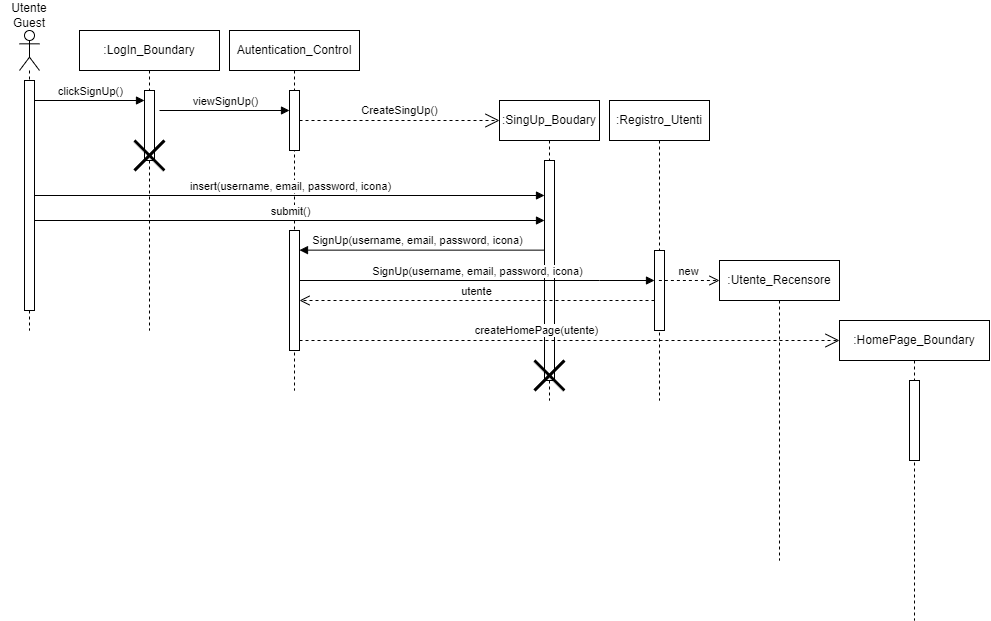
Earlier version of the draw.io export New Diagrams/Sequence Diagrams/UC07 SignUp.png (superfra01/Rated). Source tidied: cells renumbered, new cells last; positions are measured from the earlier drawing's top-left corner, leaving out a move shared by most shapes.
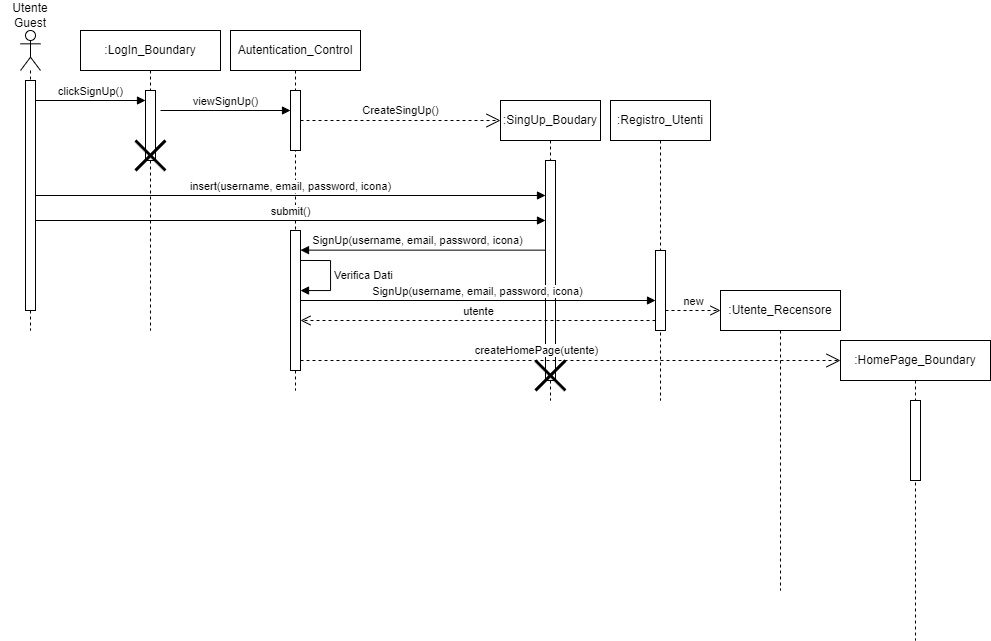
Later version of the same file.

What changed in the source:
```diff
@@ -27,7 +27,7 @@
       <mxGeometry x="60" y="60" width="10" height="60" as="geometry" />
     </mxCell>
     <mxCell id="10" style="html=1;points=[[0,0,0,0,5],[0,1,0,0,-5],[1,0,0,0,5],[1,1,0,0,-5]];perimeter=orthogonalPerimeter;outlineConnect=0;targetShapes=umlLifeline;portConstraint=eastwest;newEdgeStyle={&quot;curved&quot;:0,&quot;rounded&quot;:0};" parent="8" vertex="1">
-      <mxGeometry x="60" y="200" width="10" height="120" as="geometry" />
+      <mxGeometry x="60" y="200" width="10" height="140" as="geometry" />
     </mxCell>
     <mxCell id="11" value="viewSignUp()" style="html=1;verticalAlign=bottom;endArrow=block;curved=0;rounded=0;" parent="1" edge="1" target="9">
       <mxGeometry relative="1" as="geometry">
@@ -74,36 +74,33 @@
       <mxGeometry x="45" y="150" width="10" height="80" as="geometry" />
     </mxCell>
     <mxCell id="22" value="SignUp(username, email, password, icona)" style="html=1;verticalAlign=bottom;endArrow=block;curved=0;rounded=0;" parent="1" edge="1" source="10" target="21">
-      <mxGeometry relative="1" as="geometry">
-        <Array as="points">
-          <mxPoint x="600" y="280" />
-        </Array>
-      </mxGeometry>
+      <mxGeometry relative="1" as="geometry" />
     </mxCell>
     <mxCell id="23" value=":HomePage_Boundary" style="shape=umlLifeline;perimeter=lifelinePerimeter;whiteSpace=wrap;html=1;newEdgeStyle={&quot;curved&quot;:0,&quot;rounded&quot;:0};" parent="1" vertex="1">
-      <mxGeometry x="840" y="320" width="150" height="300" as="geometry" />
+      <mxGeometry x="840" y="340" width="150" height="300" as="geometry" />
     </mxCell>
     <mxCell id="24" style="html=1;perimeter=orthogonalPerimeter;targetShapes=umlLifeline;newEdgeStyle={&quot;curved&quot;:0,&quot;rounded&quot;:0};" parent="23" vertex="1">
       <mxGeometry x="70" y="60" width="10" height="80" as="geometry" />
     </mxCell>
     <mxCell id="25" value="utente" style="html=1;verticalAlign=bottom;endArrow=open;dashed=1;endSize=8;curved=0;rounded=0;" parent="1" edge="1">
       <mxGeometry relative="1" as="geometry">
-        <mxPoint x="655" y="300" as="sourcePoint" />
-        <mxPoint x="300" y="300" as="targetPoint" />
+        <mxPoint x="655" y="320" as="sourcePoint" />
+        <mxPoint x="300" y="320" as="targetPoint" />
       </mxGeometry>
     </mxCell>
     <mxCell id="26" value=":Utente_Recensore" style="shape=umlLifeline;perimeter=lifelinePerimeter;whiteSpace=wrap;html=1;newEdgeStyle={&quot;curved&quot;:0,&quot;rounded&quot;:0};" parent="1" vertex="1">
-      <mxGeometry x="720" y="260" width="120" height="300" as="geometry" />
+      <mxGeometry x="720" y="290" width="120" height="300" as="geometry" />
     </mxCell>
-    <mxCell id="27" value="new" style="html=1;verticalAlign=bottom;endArrow=open;dashed=1;endSize=8;curved=0;rounded=0;" parent="1" edge="1" source="20">
+    <mxCell id="27" value="new" style="html=1;verticalAlign=bottom;endArrow=open;dashed=1;endSize=8;curved=0;rounded=0;" parent="1" edge="1">
       <mxGeometry relative="1" as="geometry">
-        <mxPoint x="720" y="280" as="targetPoint" />
+        <mxPoint x="665" y="310" as="sourcePoint" />
+        <mxPoint x="720" y="310" as="targetPoint" />
       </mxGeometry>
     </mxCell>
     <mxCell id="28" value="createHomePage(utente)" style="endArrow=open;endSize=12;dashed=1;html=1;rounded=0;" parent="1" edge="1">
       <mxGeometry x="-0.12" y="10" relative="1" as="geometry">
-        <mxPoint x="300" y="340" as="sourcePoint" />
-        <mxPoint x="840" y="340" as="targetPoint" />
+        <mxPoint x="300" y="360" as="sourcePoint" />
+        <mxPoint x="840" y="360" as="targetPoint" />
       </mxGeometry>
     </mxCell>
     <mxCell id="29" value="CreateSingUp()" style="endArrow=open;endSize=12;dashed=1;html=1;rounded=0;" parent="1" edge="1">
@@ -112,5 +109,14 @@
         <mxPoint x="500" y="120" as="targetPoint" />
       </mxGeometry>
     </mxCell>
+    <mxCell id="30" value="Verifica Dati" style="html=1;align=left;spacingLeft=2;endArrow=block;rounded=0;edgeStyle=orthogonalEdgeStyle;curved=0;rounded=0;" parent="1" edge="1" target="10">
+      <mxGeometry relative="1" as="geometry">
+        <mxPoint x="300" y="260" as="sourcePoint" />
+        <Array as="points">
+          <mxPoint x="330" y="260" />
+          <mxPoint x="330" y="290" />
+        </Array>
+      </mxGeometry>
+    </mxCell>
   </root>
 </mxGraphModel>
```
